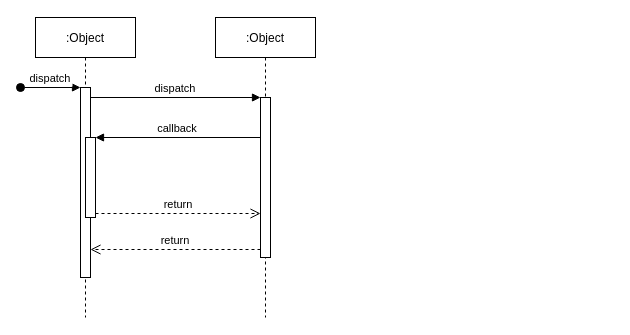
The draw.io diagram lava/Untitled Diagram.drawio in gzlong/draw.io, before the edit. Source tidied: cells renumbered, new cells numbered last; positions are measured from the earlier drawing's top-left corner, leaving out a move shared by most shapes. Both pictures are drawn from the tidied source at 100%, with x=0, y=0 at pixel (20, 17).
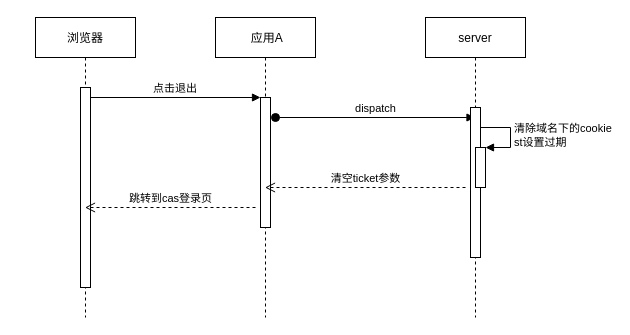
The same diagram, later.

The edit, as a diff of the source:
```diff
@@
 <mxGraphModel>
   <root>
     <mxCell id="0" />
     <mxCell id="1" parent="0" />
-    <mxCell id="2" value=":Object" style="shape=umlLifeline;perimeter=lifelinePerimeter;rounded=0;shadow=0;strokeWidth=1;" parent="1" vertex="1">
+    <mxCell id="2" value="浏览器" style="shape=umlLifeline;perimeter=lifelinePerimeter;rounded=0;shadow=0;strokeWidth=1;" parent="1" vertex="1">
       <mxGeometry x="15" width="100" height="300" as="geometry" />
     </mxCell>
     <mxCell id="3" style="points=[];perimeter=orthogonalPerimeter;rounded=0;shadow=0;strokeWidth=1;" parent="2" vertex="1">
-      <mxGeometry x="45" y="70" width="10" height="190" as="geometry" />
+      <mxGeometry x="45" y="70" width="10" height="200" as="geometry" />
     </mxCell>
-    <mxCell id="4" value="dispatch" style="verticalAlign=bottom;startArrow=oval;endArrow=block;startSize=8;shadow=0;strokeWidth=1;" parent="2" edge="1" target="3">
-      <mxGeometry relative="1" as="geometry">
-        <mxPoint x="-15" y="70" as="sourcePoint" />
-      </mxGeometry>
-    </mxCell>
-    <mxCell id="5" style="points=[];perimeter=orthogonalPerimeter;rounded=0;shadow=0;strokeWidth=1;" parent="2" vertex="1">
-      <mxGeometry x="50" y="120" width="10" height="80" as="geometry" />
-    </mxCell>
-    <mxCell id="6" value=":Object" style="shape=umlLifeline;perimeter=lifelinePerimeter;rounded=0;shadow=0;strokeWidth=1;" parent="1" vertex="1">
+    <mxCell id="6" value=" 应用A" style="shape=umlLifeline;perimeter=lifelinePerimeter;rounded=0;shadow=0;strokeWidth=1;" parent="1" vertex="1">
       <mxGeometry x="195" width="100" height="300" as="geometry" />
     </mxCell>
     <mxCell id="7" style="points=[];perimeter=orthogonalPerimeter;rounded=0;shadow=0;strokeWidth=1;" parent="6" vertex="1">
-      <mxGeometry x="45" y="80" width="10" height="160" as="geometry" />
+      <mxGeometry x="45" y="80" width="10" height="130" as="geometry" />
     </mxCell>
-    <mxCell id="8" value="return" style="verticalAlign=bottom;endArrow=open;dashed=1;endSize=8;exitX=0;exitY=0.95;shadow=0;strokeWidth=1;" parent="1" edge="1" source="7" target="3">
-      <mxGeometry relative="1" as="geometry" />
-    </mxCell>
+    <mxCell id="4" value="dispatch" style="html=1;verticalAlign=bottom;startArrow=oval;startFill=1;endArrow=block;startSize=8;rounded=0;" parent="6" edge="1" target="12">
+      <mxGeometry relative="1" as="geometry">
+        <mxPoint x="60" y="100" as="sourcePoint" />
+      </mxGeometry>
+    </mxCell>
-    <mxCell id="9" value="dispatch" style="verticalAlign=bottom;endArrow=block;entryX=0;entryY=0;shadow=0;strokeWidth=1;" parent="1" edge="1" source="3" target="7">
+    <mxCell id="9" value="点击退出" style="verticalAlign=bottom;endArrow=block;entryX=0;entryY=0;shadow=0;strokeWidth=1;" parent="1" edge="1" source="3" target="7">
       <mxGeometry relative="1" as="geometry" />
     </mxCell>
-    <mxCell id="10" value="callback" style="verticalAlign=bottom;endArrow=block;entryX=1;entryY=0;shadow=0;strokeWidth=1;" parent="1" edge="1" source="7" target="5">
-      <mxGeometry relative="1" as="geometry" />
-    </mxCell>
-    <mxCell id="11" value="return" style="verticalAlign=bottom;endArrow=open;dashed=1;endSize=8;exitX=1;exitY=0.95;shadow=0;strokeWidth=1;" parent="1" edge="1" source="5" target="7">
-      <mxGeometry relative="1" as="geometry" />
-    </mxCell>
+    <mxCell id="12" value="server" style="shape=umlLifeline;perimeter=lifelinePerimeter;rounded=0;shadow=0;strokeWidth=1;" parent="1" vertex="1">
+      <mxGeometry x="405" width="100" height="300" as="geometry" />
+    </mxCell>
+    <mxCell id="13" style="perimeter=orthogonalPerimeter;rounded=0;shadow=0;strokeWidth=1;" parent="12" vertex="1">
+      <mxGeometry x="45" y="90" width="10" height="150" as="geometry" />
+    </mxCell>
+    <mxCell id="14" style="html=1;points=[];perimeter=orthogonalPerimeter;" parent="12" vertex="1">
+      <mxGeometry x="50" y="130" width="10" height="40" as="geometry" />
+    </mxCell>
+    <mxCell id="15" value="清除域名下的cookie&lt;br&gt;st设置过期" style="edgeStyle=orthogonalEdgeStyle;html=1;align=left;spacingLeft=2;endArrow=block;rounded=0;entryX=1;entryY=0;" parent="12" edge="1" target="14">
+      <mxGeometry relative="1" as="geometry">
+        <mxPoint x="55" y="110" as="sourcePoint" />
+        <Array as="points">
+          <mxPoint x="85" y="110" />
+        </Array>
+      </mxGeometry>
+    </mxCell>
+    <mxCell id="16" value="清空ticket参数" style="html=1;verticalAlign=bottom;endArrow=open;dashed=1;endSize=8;rounded=0;" parent="1" edge="1" target="6">
+      <mxGeometry relative="1" as="geometry">
+        <mxPoint x="445" y="170" as="sourcePoint" />
+      </mxGeometry>
+    </mxCell>
+    <mxCell id="17" value="跳转到cas登录页" style="html=1;verticalAlign=bottom;endArrow=open;dashed=1;endSize=8;rounded=0;" parent="1" edge="1" target="2">
+      <mxGeometry relative="1" as="geometry">
+        <mxPoint x="235" y="190" as="sourcePoint" />
+      </mxGeometry>
+    </mxCell>
   </root>
 </mxGraphModel>
```
